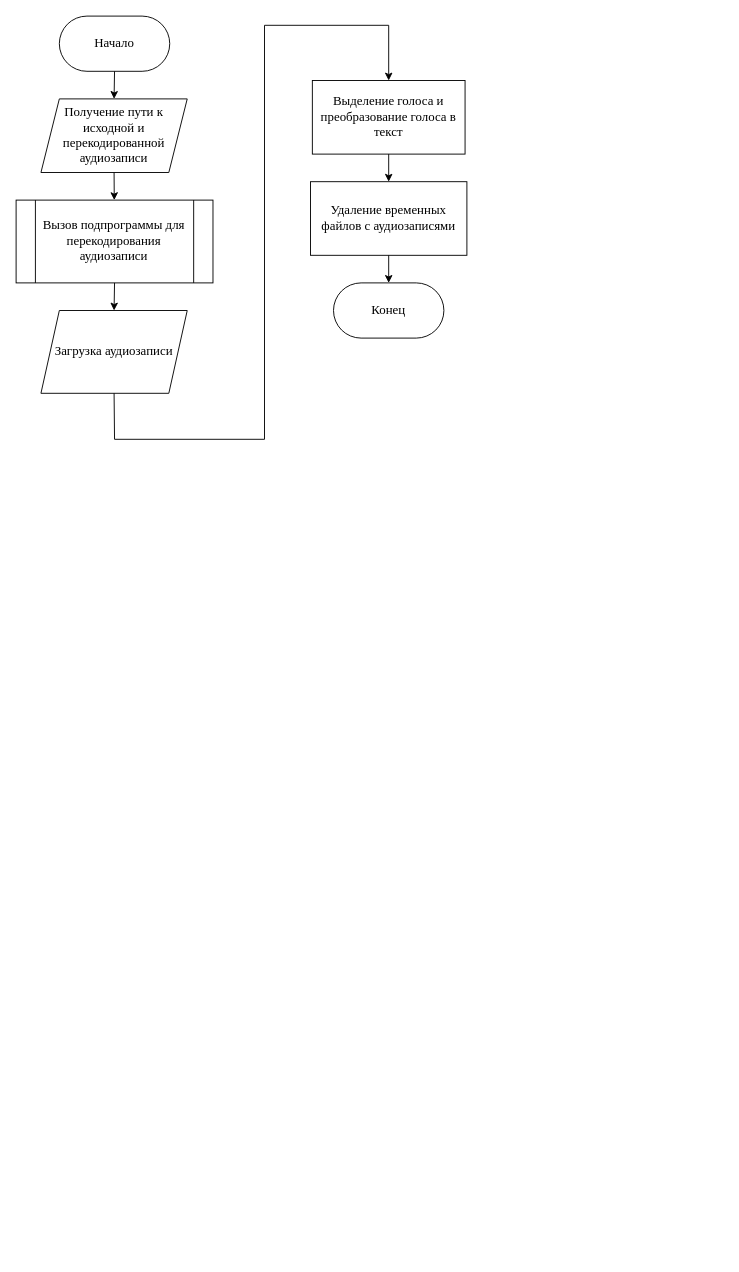
Earlier version of the draw.io diagram 1_course_master/НИР (2 семестр)/Блок-схема распознавателя речи.drawio (Alexxxander-Laptev/university_projects). Source tidied: cells renumbered, new cells numbered last; positions are measured from the earlier drawing's top-left corner, leaving out a move shared by most shapes. Both pictures are drawn from the tidied source at 92%, with x=0, y=0 at pixel (16, 16).
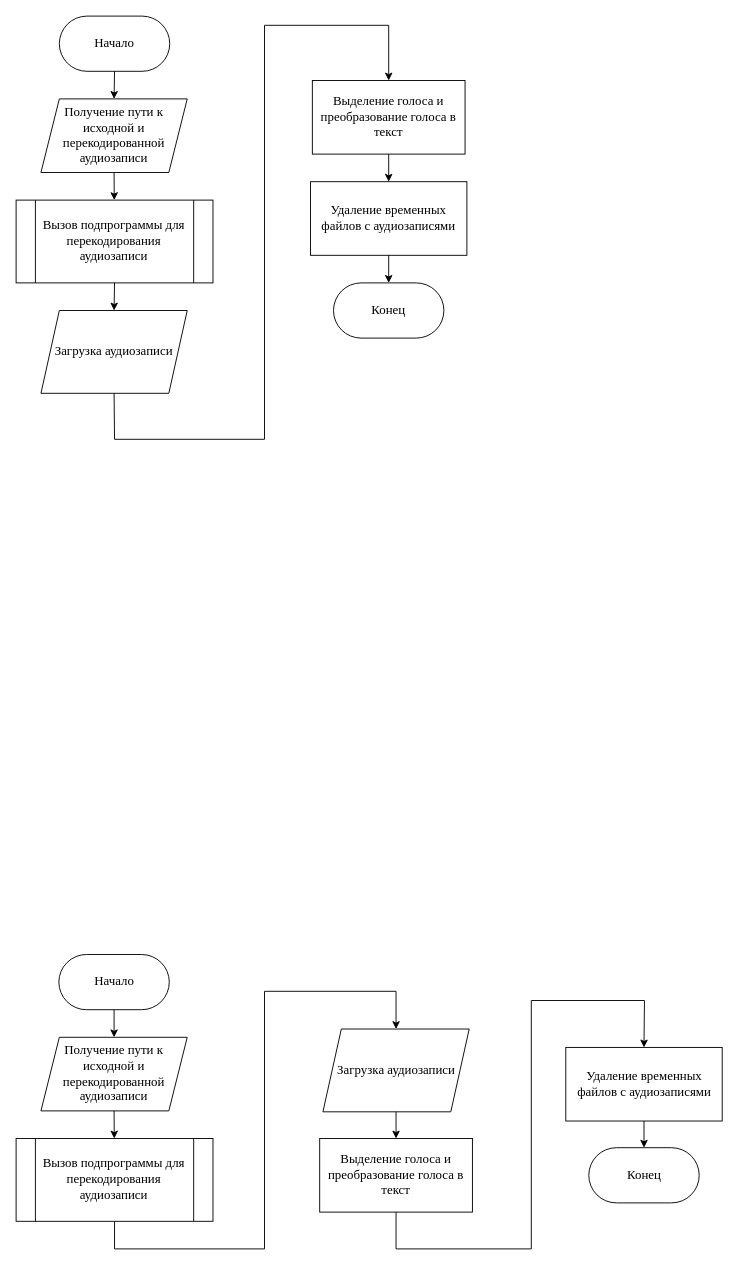
The same page after the edit.

Change to the diagram source:
```diff
@@
+    <mxCell id="15" value="&lt;font style=&quot;font-size: 14px;&quot; face=&quot;Times New Roman&quot;&gt;Вызов подпрограммы для перекодирования аудиозаписи&lt;/font&gt;" style="shape=process;whiteSpace=wrap;html=1;backgroundOutline=1;" parent="1" vertex="1">
+      <mxGeometry y="1220" width="214" height="90" as="geometry" />
+    </mxCell>
+    <mxCell id="16" value="&lt;font style=&quot;font-size: 14px;&quot; face=&quot;Times New Roman&quot;&gt;Начало&lt;/font&gt;" style="rounded=1;whiteSpace=wrap;html=1;arcSize=50;" parent="1" vertex="1">
+      <mxGeometry x="46.5" y="1020" width="120" height="60" as="geometry" />
+    </mxCell>
+    <mxCell id="17" value="&lt;font face=&quot;Times New Roman&quot; style=&quot;font-size: 14px;&quot;&gt;Конец&lt;/font&gt;" style="rounded=1;whiteSpace=wrap;html=1;arcSize=50;" parent="1" vertex="1">
+      <mxGeometry x="622.5" y="1230" width="120" height="60" as="geometry" />
+    </mxCell>
+    <mxCell id="18" value="&lt;font style=&quot;font-size: 14px;&quot; face=&quot;Times New Roman&quot;&gt;Получение пути к исходной и перекодированной аудиозаписи&lt;/font&gt;" style="shape=parallelogram;perimeter=parallelogramPerimeter;whiteSpace=wrap;html=1;fixedSize=1;" parent="1" vertex="1">
+      <mxGeometry x="27" y="1110" width="159" height="80" as="geometry" />
+    </mxCell>
+    <mxCell id="19" value="&lt;font style=&quot;font-size: 14px;&quot; face=&quot;Times New Roman&quot;&gt;Загрузка аудиозаписи&lt;/font&gt;" style="shape=parallelogram;perimeter=parallelogramPerimeter;whiteSpace=wrap;html=1;fixedSize=1;" parent="1" vertex="1">
+      <mxGeometry x="333.5" y="1101" width="159" height="90" as="geometry" />
+    </mxCell>
+    <mxCell id="20" value="&lt;font face=&quot;Times New Roman&quot; style=&quot;font-size: 14px;&quot;&gt;Выделение голоса и преобразование голоса в текст&lt;/font&gt;" style="rounded=0;whiteSpace=wrap;html=1;" parent="1" vertex="1">
+      <mxGeometry x="330" y="1220" width="166" height="80" as="geometry" />
+    </mxCell>
+    <mxCell id="21" value="&lt;font style=&quot;font-size: 14px;&quot; face=&quot;Times New Roman&quot;&gt;Удаление временных файлов с аудиозаписями&lt;/font&gt;" style="rounded=0;whiteSpace=wrap;html=1;" parent="1" vertex="1">
+      <mxGeometry x="597.5" y="1121" width="170" height="80" as="geometry" />
+    </mxCell>
+    <mxCell id="22" style="endArrow=classic;html=1;rounded=0;exitX=0.5;exitY=1;exitDx=0;exitDy=0;entryX=0.5;entryY=0;entryDx=0;entryDy=0;" parent="1" edge="1" source="16" target="18">
+      <mxGeometry relative="1" as="geometry" />
+    </mxCell>
+    <mxCell id="23" style="endArrow=classic;html=1;rounded=0;exitX=0.5;exitY=1;exitDx=0;exitDy=0;" parent="1" edge="1" source="18" target="15">
+      <mxGeometry relative="1" as="geometry" />
+    </mxCell>
+    <mxCell id="24" style="endArrow=classic;html=1;rounded=0;exitX=0.5;exitY=1;exitDx=0;exitDy=0;entryX=0.5;entryY=0;entryDx=0;entryDy=0;" parent="1" edge="1" source="21" target="17">
+      <mxGeometry relative="1" as="geometry" />
+    </mxCell>
+    <mxCell id="25" style="endArrow=classic;html=1;rounded=0;exitX=0.5;exitY=1;exitDx=0;exitDy=0;entryX=0.5;entryY=0;entryDx=0;entryDy=0;" parent="1" edge="1" source="15" target="19">
+      <mxGeometry relative="1" as="geometry">
+        <Array as="points">
+          <mxPoint x="107" y="1340" />
+          <mxPoint x="270" y="1340" />
+          <mxPoint x="270" y="1060" />
+          <mxPoint x="413" y="1060" />
+        </Array>
+      </mxGeometry>
+    </mxCell>
+    <mxCell id="26" style="endArrow=classic;html=1;rounded=0;exitX=0.5;exitY=1;exitDx=0;exitDy=0;entryX=0.5;entryY=0;entryDx=0;entryDy=0;" parent="1" edge="1" source="20" target="21">
+      <mxGeometry relative="1" as="geometry">
+        <Array as="points">
+          <mxPoint x="413" y="1340" />
+          <mxPoint x="560" y="1340" />
+          <mxPoint x="560" y="1070" />
+          <mxPoint x="683" y="1070" />
+        </Array>
+      </mxGeometry>
+    </mxCell>
+    <mxCell id="27" style="endArrow=classic;html=1;rounded=0;exitX=0.5;exitY=1;exitDx=0;exitDy=0;entryX=0.5;entryY=0;entryDx=0;entryDy=0;" parent="1" edge="1" source="19" target="20">
+      <mxGeometry relative="1" as="geometry" />
+    </mxCell>
```
